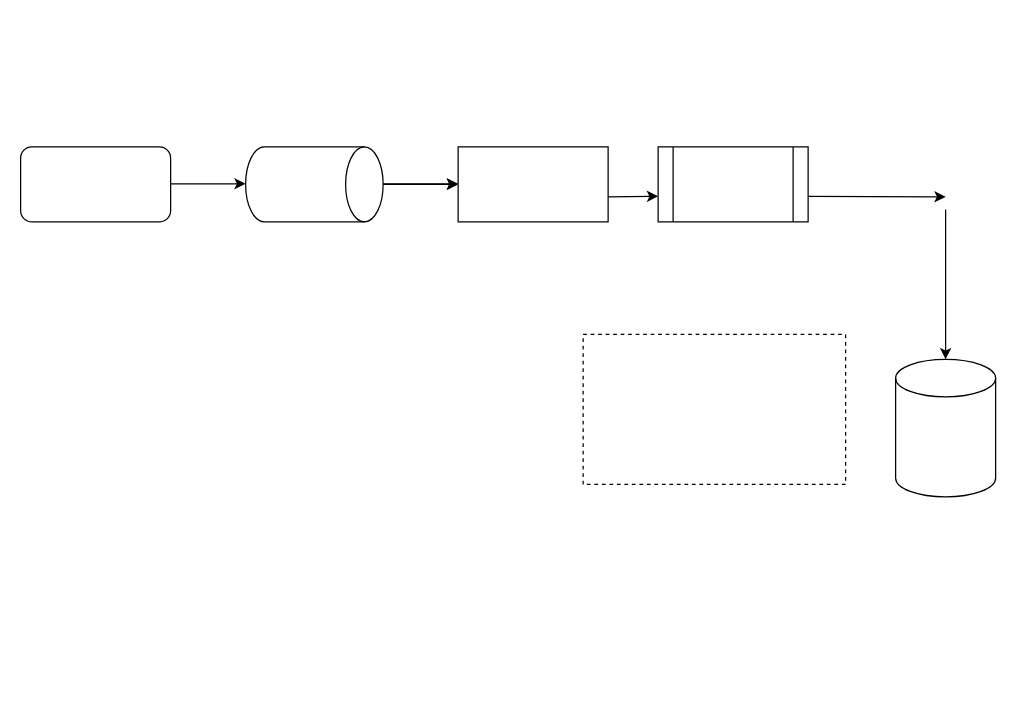
Before: Untitled Diagram.drawio in DanielBaumannLiq/microservice-studies, a draw.io diagram. Source tidied: cells renumbered, new cells numbered last; positions are measured from the earlier drawing's top-left corner, leaving out a move shared by most shapes. Both pictures are drawn from the tidied source at 125%, with x=0, y=0 at pixel (20, 146).
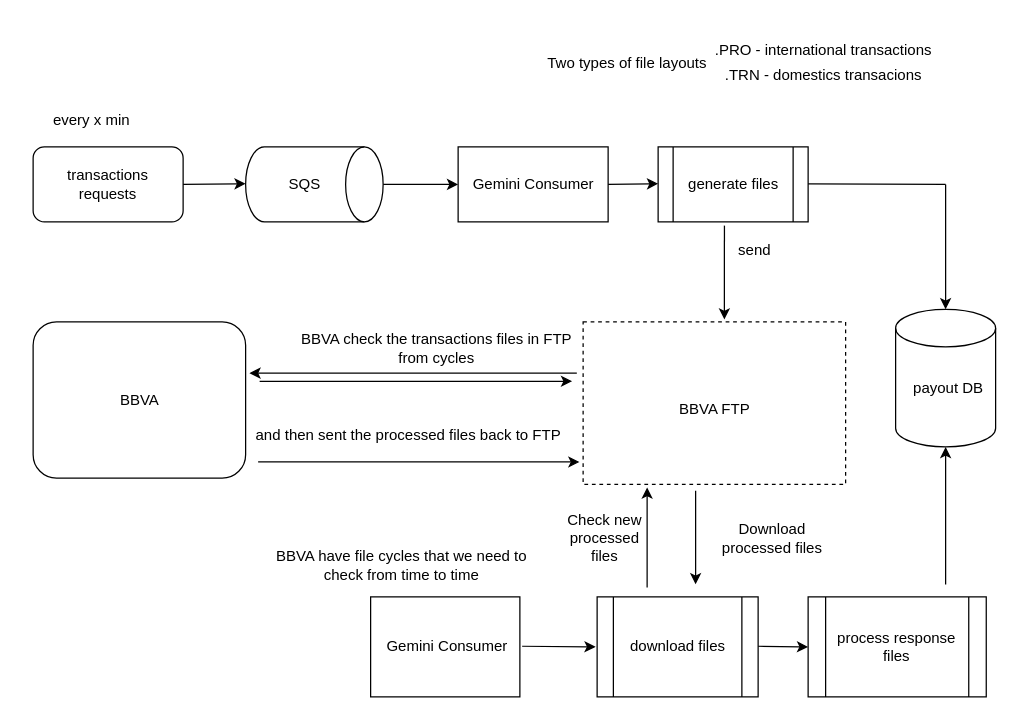
Above is the later version.

Unchanged cells that the change refers to:
```xml
<mxCell id="11" style="shape=process;whiteSpace=wrap;html=1;backgroundOutline=1;labelBackgroundColor=none;" parent="1" vertex="1">
  <mxGeometry x="510" width="120" height="60" as="geometry" />
</mxCell>
```

Diff of the diagram source:
```diff
@@
     <mxCell id="2" style="shape=cylinder3;whiteSpace=wrap;html=1;boundedLbl=1;backgroundOutline=1;size=15;labelBackgroundColor=none;" parent="1" vertex="1">
-      <mxGeometry x="700" y="170" width="80" height="110" as="geometry" />
+      <mxGeometry x="700" y="130" width="80" height="110" as="geometry" />
     </mxCell>
     <mxCell id="3" style="rounded=1;whiteSpace=wrap;html=1;labelBackgroundColor=none;" parent="1" vertex="1">
-      <mxGeometry width="120" height="60" as="geometry" />
+      <mxGeometry x="10" width="120" height="60" as="geometry" />
     </mxCell>
-    <mxCell id="4" style="endArrow=classic;html=1;rounded=0;labelBackgroundColor=none;fontColor=default;" parent="1" edge="1">
+    <mxCell id="4" style="endArrow=classic;html=1;rounded=0;labelBackgroundColor=none;fontColor=default;exitX=1;exitY=0.5;exitDx=0;exitDy=0;" parent="1" edge="1" source="3">
       <mxGeometry relative="1" as="geometry">
-        <mxPoint x="120" y="29.5" as="sourcePoint" />
         <mxPoint x="180" y="29.5" as="targetPoint" />
       </mxGeometry>
     </mxCell>
@@
-    <mxCell id="8" style="endArrow=classic;html=1;rounded=0;labelBackgroundColor=none;fontColor=default;" parent="1" edge="1">
-      <mxGeometry relative="1" as="geometry">
-        <mxPoint x="290" y="29.5" as="sourcePoint" />
-        <mxPoint x="350" y="29.5" as="targetPoint" />
-      </mxGeometry>
-    </mxCell>
     <mxCell id="9" style="rounded=0;whiteSpace=wrap;html=1;dashed=1;labelBackgroundColor=none;" parent="1" vertex="1">
-      <mxGeometry x="450" y="150" width="210" height="120" as="geometry" />
+      <mxGeometry x="450" y="140" width="210" height="130" as="geometry" />
     </mxCell>
     <mxCell id="10" style="endArrow=classic;html=1;rounded=0;entryX=0.5;entryY=0;entryDx=0;entryDy=0;entryPerimeter=0;labelBackgroundColor=none;fontColor=default;" parent="1" edge="1" target="2">
       <mxGeometry relative="1" as="geometry">
-        <mxPoint x="740" y="50" as="sourcePoint" />
+        <mxPoint x="740" y="30" as="sourcePoint" />
+        <Array as="points">
+          <mxPoint x="740" y="30" />
+        </Array>
       </mxGeometry>
     </mxCell>
@@
-    <mxCell id="12" style="endArrow=classic;html=1;rounded=0;labelBackgroundColor=none;fontColor=default;" parent="1" edge="1">
-      <mxGeometry relative="1" as="geometry">
-        <mxPoint x="630" y="39.5" as="sourcePoint" />
-        <mxPoint x="740" y="40" as="targetPoint" />
-      </mxGeometry>
-    </mxCell>
     <mxCell id="13" style="endArrow=classic;html=1;rounded=0;labelBackgroundColor=none;fontColor=default;" parent="1" edge="1">
       <mxGeometry relative="1" as="geometry">
-        <mxPoint x="470" y="40" as="sourcePoint" />
-        <mxPoint x="510" y="39.5" as="targetPoint" />
+        <mxPoint x="470" y="30" as="sourcePoint" />
+        <mxPoint x="510" y="29.5" as="targetPoint" />
       </mxGeometry>
     </mxCell>
+    <mxCell id="14" style="endArrow=classic;html=1;rounded=0;labelBackgroundColor=none;fontColor=default;entryX=0.538;entryY=-0.015;entryDx=0;entryDy=0;entryPerimeter=0;exitX=0.442;exitY=1.05;exitDx=0;exitDy=0;exitPerimeter=0;" parent="1" edge="1" source="11" target="9">
+      <mxGeometry relative="1" as="geometry" />
+    </mxCell>
+    <mxCell id="15" value="BBVA FTP" style="text;html=1;strokeColor=none;fillColor=none;align=center;verticalAlign=middle;whiteSpace=wrap;rounded=0;" parent="1" vertex="1">
+      <mxGeometry x="517.5" y="187.5" width="75" height="45" as="geometry" />
+    </mxCell>
+    <mxCell id="16" value="payout DB" style="text;html=1;strokeColor=none;fillColor=none;align=center;verticalAlign=middle;whiteSpace=wrap;rounded=0;" parent="1" vertex="1">
+      <mxGeometry x="705" y="170" width="75" height="45" as="geometry" />
+    </mxCell>
+    <mxCell id="17" value="generate files" style="text;html=1;strokeColor=none;fillColor=none;align=center;verticalAlign=middle;whiteSpace=wrap;rounded=0;" parent="1" vertex="1">
+      <mxGeometry x="532.5" y="7.5" width="75" height="45" as="geometry" />
+    </mxCell>
+    <mxCell id="18" value="SQS" style="text;html=1;strokeColor=none;fillColor=none;align=center;verticalAlign=middle;whiteSpace=wrap;rounded=0;" parent="1" vertex="1">
+      <mxGeometry x="190" y="7.5" width="75" height="45" as="geometry" />
+    </mxCell>
+    <mxCell id="19" value="Gemini Consumer" style="text;html=1;strokeColor=none;fillColor=none;align=center;verticalAlign=middle;whiteSpace=wrap;rounded=0;" parent="1" vertex="1">
+      <mxGeometry x="358.8" y="7.5" width="102.5" height="45" as="geometry" />
+    </mxCell>
+    <mxCell id="20" style="endArrow=none;html=1;rounded=0;" parent="1" edge="1">
+      <mxGeometry relative="1" as="geometry">
+        <mxPoint x="630" y="29.5" as="sourcePoint" />
+        <mxPoint x="740" y="30" as="targetPoint" />
+      </mxGeometry>
+    </mxCell>
+    <mxCell id="21" value="send" style="text;html=1;strokeColor=none;fillColor=none;align=center;verticalAlign=middle;whiteSpace=wrap;rounded=0;" parent="1" vertex="1">
+      <mxGeometry x="550" y="60" width="75" height="45" as="geometry" />
+    </mxCell>
+    <mxCell id="22" value="every x min" style="text;html=1;strokeColor=none;fillColor=none;align=center;verticalAlign=middle;whiteSpace=wrap;rounded=0;" parent="1" vertex="1">
+      <mxGeometry x="22.5" y="-30" width="67.5" height="17.5" as="geometry" />
+    </mxCell>
+    <mxCell id="23" value="Two types of file layouts " style="text;html=1;strokeColor=none;fillColor=none;align=center;verticalAlign=middle;whiteSpace=wrap;rounded=0;" parent="1" vertex="1">
+      <mxGeometry x="392.5" y="-90" width="185" height="45" as="geometry" />
+    </mxCell>
+    <mxCell id="24" value="&lt;div&gt;&lt;div class=&quot;old-record-id-SdUPdPPjyo43lsxQXbdu61kssxe&quot; style=&quot;&quot;&gt;.PRO - international transactions&lt;br&gt;&lt;/div&gt;&lt;/div&gt;" style="text;html=1;strokeColor=none;fillColor=none;align=center;verticalAlign=middle;whiteSpace=wrap;rounded=0;" parent="1" vertex="1">
+      <mxGeometry x="550" y="-100" width="185" height="45" as="geometry" />
+    </mxCell>
+    <mxCell id="25" value=".TRN - domestics transacions" style="text;html=1;strokeColor=none;fillColor=none;align=center;verticalAlign=middle;whiteSpace=wrap;rounded=0;" parent="1" vertex="1">
+      <mxGeometry x="550" y="-80" width="185" height="45" as="geometry" />
+    </mxCell>
+    <mxCell id="26" style="rounded=0;whiteSpace=wrap;html=1;labelBackgroundColor=none;" parent="1" vertex="1">
+      <mxGeometry x="280" y="360" width="119.4" height="80" as="geometry" />
+    </mxCell>
+    <mxCell id="27" style="endArrow=classic;html=1;rounded=0;labelBackgroundColor=none;fontColor=default;" parent="1" edge="1">
+      <mxGeometry relative="1" as="geometry">
+        <mxPoint x="501.2" y="352.5" as="sourcePoint" />
+        <mxPoint x="501.2" y="272.5" as="targetPoint" />
+      </mxGeometry>
+    </mxCell>
+    <mxCell id="28" value="Gemini Consumer" style="text;html=1;strokeColor=none;fillColor=none;align=center;verticalAlign=middle;whiteSpace=wrap;rounded=0;" parent="1" vertex="1">
+      <mxGeometry x="290" y="377.5" width="102.5" height="45" as="geometry" />
+    </mxCell>
+    <mxCell id="29" style="shape=process;whiteSpace=wrap;html=1;backgroundOutline=1;labelBackgroundColor=none;" parent="1" vertex="1">
+      <mxGeometry x="461.2" y="360" width="128.8" height="80" as="geometry" />
+    </mxCell>
+    <mxCell id="30" value="download files" style="text;html=1;strokeColor=none;fillColor=none;align=center;verticalAlign=middle;whiteSpace=wrap;rounded=0;" parent="1" vertex="1">
+      <mxGeometry x="475.6" y="377.5" width="100" height="45" as="geometry" />
+    </mxCell>
+    <mxCell id="31" value="BBVA have file cycles that we need to check from time to time" style="text;html=1;strokeColor=none;fillColor=none;align=center;verticalAlign=middle;whiteSpace=wrap;rounded=0;" parent="1" vertex="1">
+      <mxGeometry x="200" y="310" width="210" height="50" as="geometry" />
+    </mxCell>
+    <mxCell id="32" value="Download processed files" style="text;html=1;strokeColor=none;fillColor=none;align=center;verticalAlign=middle;whiteSpace=wrap;rounded=0;" parent="1" vertex="1">
+      <mxGeometry x="550" y="290" width="102.5" height="45" as="geometry" />
+    </mxCell>
+    <mxCell id="33" style="shape=process;whiteSpace=wrap;html=1;backgroundOutline=1;labelBackgroundColor=none;" parent="1" vertex="1">
+      <mxGeometry x="630" y="360" width="142.5" height="80" as="geometry" />
+    </mxCell>
+    <mxCell id="34" value="process response files" style="text;html=1;strokeColor=none;fillColor=none;align=center;verticalAlign=middle;whiteSpace=wrap;rounded=0;" parent="1" vertex="1">
+      <mxGeometry x="651.2" y="377.5" width="100" height="45" as="geometry" />
+    </mxCell>
+    <mxCell id="35" style="rounded=1;whiteSpace=wrap;html=1;labelBackgroundColor=none;" parent="1" vertex="1">
+      <mxGeometry x="10" y="140" width="170" height="125" as="geometry" />
+    </mxCell>
+    <mxCell id="36" value="BBVA" style="text;html=1;strokeColor=none;fillColor=none;align=center;verticalAlign=middle;whiteSpace=wrap;rounded=0;" parent="1" vertex="1">
+      <mxGeometry x="57.5" y="180" width="75" height="45" as="geometry" />
+    </mxCell>
+    <mxCell id="37" style="endArrow=classic;html=1;rounded=0;entryX=1.018;entryY=0.328;entryDx=0;entryDy=0;entryPerimeter=0;exitX=-0.024;exitY=0.315;exitDx=0;exitDy=0;exitPerimeter=0;" parent="1" edge="1" source="9" target="35">
+      <mxGeometry relative="1" as="geometry" />
+    </mxCell>
+    <mxCell id="38" value="and then sent the processed files back to FTP" style="text;html=1;strokeColor=none;fillColor=none;align=center;verticalAlign=middle;whiteSpace=wrap;rounded=0;" parent="1" vertex="1">
+      <mxGeometry x="180" y="222.5" width="261.2" height="17.5" as="geometry" />
+    </mxCell>
+    <mxCell id="39" value="Check new processed files" style="text;html=1;strokeColor=none;fillColor=none;align=center;verticalAlign=middle;whiteSpace=wrap;rounded=0;" parent="1" vertex="1">
+      <mxGeometry x="430" y="290" width="75" height="45" as="geometry" />
+    </mxCell>
+    <mxCell id="40" value="BBVA check the transactions files in FTP from cycles" style="text;html=1;strokeColor=none;fillColor=none;align=center;verticalAlign=middle;whiteSpace=wrap;rounded=0;" parent="1" vertex="1">
+      <mxGeometry x="218.8" y="152.5" width="227.5" height="17.5" as="geometry" />
+    </mxCell>
+    <mxCell id="41" style="endArrow=classic;html=1;rounded=0;entryX=-0.014;entryY=0.862;entryDx=0;entryDy=0;entryPerimeter=0;" parent="1" edge="1" target="9">
+      <mxGeometry relative="1" as="geometry">
+        <mxPoint x="190" y="252" as="sourcePoint" />
+      </mxGeometry>
+    </mxCell>
+    <mxCell id="42" style="endArrow=classic;html=1;rounded=0;labelBackgroundColor=none;fontColor=default;entryX=0.538;entryY=-0.015;entryDx=0;entryDy=0;entryPerimeter=0;exitX=0.442;exitY=1.05;exitDx=0;exitDy=0;exitPerimeter=0;" parent="1" edge="1">
+      <mxGeometry relative="1" as="geometry">
+        <mxPoint x="540" y="275" as="sourcePoint" />
+        <mxPoint x="540" y="350" as="targetPoint" />
+      </mxGeometry>
+    </mxCell>
+    <mxCell id="43" style="endArrow=classic;html=1;rounded=0;" parent="1" edge="1">
+      <mxGeometry relative="1" as="geometry">
+        <mxPoint x="191.2" y="187.5" as="sourcePoint" />
+        <mxPoint x="441.2" y="187.5" as="targetPoint" />
+      </mxGeometry>
+    </mxCell>
+    <mxCell id="44" style="endArrow=classic;html=1;rounded=0;" parent="1" edge="1">
+      <mxGeometry relative="1" as="geometry">
+        <mxPoint x="590" y="399.5" as="sourcePoint" />
+        <mxPoint x="630" y="400" as="targetPoint" />
+      </mxGeometry>
+    </mxCell>
+    <mxCell id="45" style="endArrow=classic;html=1;rounded=0;" parent="1" edge="1">
+      <mxGeometry relative="1" as="geometry">
+        <mxPoint x="740" y="350" as="sourcePoint" />
+        <mxPoint x="740" y="240" as="targetPoint" />
+      </mxGeometry>
+    </mxCell>
+    <mxCell id="46" style="endArrow=classic;html=1;rounded=0;" parent="1" edge="1">
+      <mxGeometry relative="1" as="geometry">
+        <mxPoint x="401.2" y="399.5" as="sourcePoint" />
+        <mxPoint x="460" y="400" as="targetPoint" />
+      </mxGeometry>
+    </mxCell>
+    <mxCell id="47" value="transactions requests" style="text;html=1;strokeColor=none;fillColor=none;align=center;verticalAlign=middle;whiteSpace=wrap;rounded=0;" parent="1" vertex="1">
+      <mxGeometry x="36.2" y="21.2" width="67.5" height="17.5" as="geometry" />
+    </mxCell>
```
